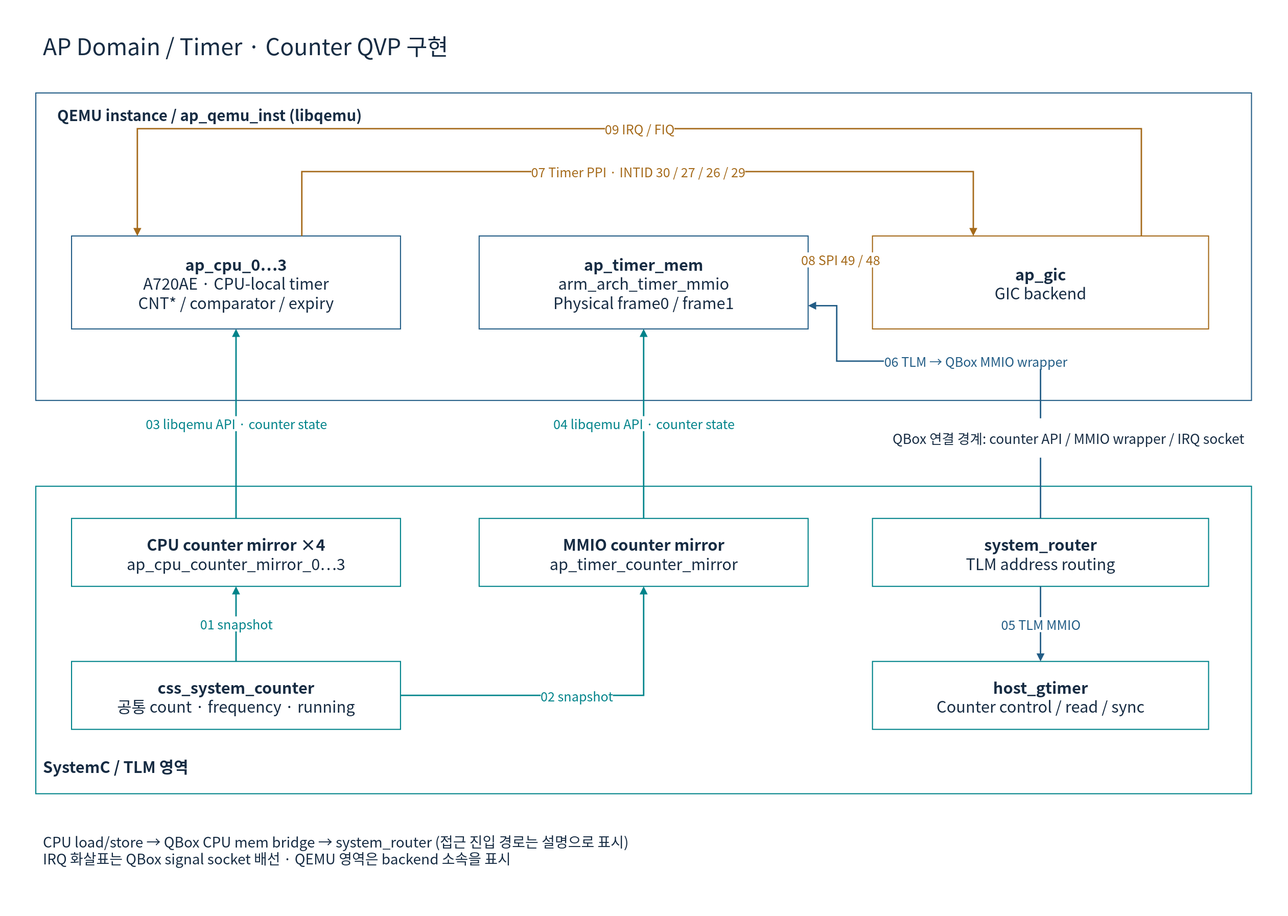
Before: doc/phase1/timer/diagrams/01d-ap-qvp.drawio.svg, a diagram exported from draw.io (cometzero/project-apollo). Source tidied: cells renumbered, new cells last; positions are measured from the earlier drawing's top-left corner, leaving out a move shared by most shapes.
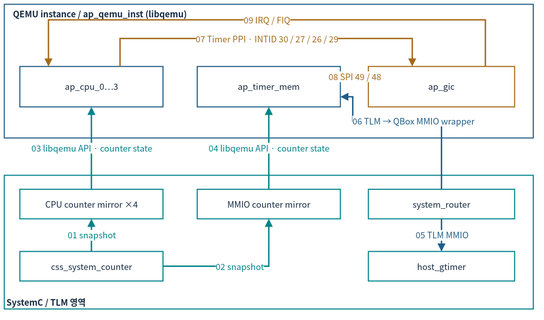
The same diagram one commit later.

The edit, as a diff of the source:
```diff
@@ -2,97 +2,85 @@
   <root>
     <mxCell id="0" />
     <mxCell id="1" parent="0" />
-    <mxCell id="2" style="rounded=0;whiteSpace=wrap;html=1;fillColor=#FFFFFF;strokeColor=none;strokeWidth=1.5;fontColor=#172C43;fontFamily=Noto Sans CJK KR;fontSize=22;spacing=10;" parent="1" vertex="1">
-      <mxGeometry width="1800" height="1280" as="geometry" />
-    </mxCell>
-    <mxCell id="3" value="AP Domain / Timer · Counter QVP 구현" style="rounded=0;whiteSpace=wrap;html=1;fillColor=#FFFFFF;strokeColor=none;strokeWidth=1.5;fontColor=#172C43;fontFamily=Noto Sans CJK KR;fontSize=22;spacing=10;fontSize=32;align=left;" parent="1" vertex="1">
-      <mxGeometry x="50" y="30" width="1700" height="65" as="geometry" />
-    </mxCell>
-    <mxCell id="4" value="SystemC / TLM 영역" style="rounded=0;whiteSpace=wrap;html=1;fillColor=#FFFFFF;strokeColor=#00838A;strokeWidth=1.5;fontColor=#172C43;fontFamily=Noto Sans CJK KR;fontSize=22;spacing=10;verticalAlign=bottom;align=left;fontStyle=1;spacingTop=16;spacingBottom=16;" parent="1" vertex="1">
-      <mxGeometry x="50" y="680" width="1700" height="430" as="geometry" />
+    <mxCell id="4" value="SystemC / TLM 영역" style="rounded=0;whiteSpace=wrap;html=1;fillColor=#FFFFFF;strokeColor=#00838A;strokeWidth=1.5;fontColor=#172C43;fontFamily=Noto Sans CJK KR;verticalAlign=bottom;align=left;fontStyle=1;fontSize=12;spacing=3;whiteSpace=wrap;" parent="1" vertex="1">
+      <mxGeometry x="12" y="288.4" width="740" height="187.2" as="geometry" />
     </mxCell>
-    <mxCell id="5" value="&lt;b&gt;css_system_counter&lt;/b&gt;&lt;br&gt;공통 count · frequency · running" style="rounded=0;whiteSpace=wrap;html=1;fillColor=#FFFFFF;strokeColor=#00838A;strokeWidth=1.5;fontColor=#172C43;fontFamily=Noto Sans CJK KR;fontSize=22;spacing=10;" parent="4" vertex="1">
-      <mxGeometry x="50" y="245" width="460" height="95" as="geometry" />
+    <mxCell id="5" value="css_system_counter" style="rounded=0;whiteSpace=wrap;html=1;fillColor=#FFFFFF;strokeColor=#00838A;strokeWidth=1.5;fontColor=#172C43;fontFamily=Noto Sans CJK KR;fontSize=12;spacing=3;whiteSpace=wrap;" parent="4" vertex="1">
+      <mxGeometry x="21.8" y="106.7" width="200.2" height="41.4" as="geometry" />
     </mxCell>
-    <mxCell id="6" value="&lt;b&gt;host_gtimer&lt;/b&gt;&lt;br&gt;Counter control / read / sync" style="rounded=0;whiteSpace=wrap;html=1;fillColor=#FFFFFF;strokeColor=#00838A;strokeWidth=1.5;fontColor=#172C43;fontFamily=Noto Sans CJK KR;fontSize=22;spacing=10;" parent="4" vertex="1">
-      <mxGeometry x="1170" y="245" width="470" height="95" as="geometry" />
+    <mxCell id="6" value="host_gtimer" style="rounded=0;whiteSpace=wrap;html=1;fillColor=#FFFFFF;strokeColor=#00838A;strokeWidth=1.5;fontColor=#172C43;fontFamily=Noto Sans CJK KR;fontSize=12;spacing=3;whiteSpace=wrap;" parent="4" vertex="1">
+      <mxGeometry x="509.3" y="106.7" width="204.6" height="41.4" as="geometry" />
     </mxCell>
-    <mxCell id="7" value="&lt;b&gt;CPU counter mirror ×4&lt;/b&gt;&lt;br&gt;ap_cpu_counter_mirror_0…3" style="rounded=0;whiteSpace=wrap;html=1;fillColor=#FFFFFF;strokeColor=#00838A;strokeWidth=1.5;fontColor=#172C43;fontFamily=Noto Sans CJK KR;fontSize=22;spacing=10;" parent="4" vertex="1">
-      <mxGeometry x="50" y="45" width="460" height="95" as="geometry" />
+    <mxCell id="7" value="CPU counter mirror ×4" style="rounded=0;whiteSpace=wrap;html=1;fillColor=#FFFFFF;strokeColor=#00838A;strokeWidth=1.5;fontColor=#172C43;fontFamily=Noto Sans CJK KR;fontSize=12;spacing=3;whiteSpace=wrap;" parent="4" vertex="1">
+      <mxGeometry x="21.8" y="19.6" width="200.2" height="41.4" as="geometry" />
     </mxCell>
-    <mxCell id="8" value="&lt;b&gt;MMIO counter mirror&lt;/b&gt;&lt;br&gt;ap_timer_counter_mirror" style="rounded=0;whiteSpace=wrap;html=1;fillColor=#FFFFFF;strokeColor=#00838A;strokeWidth=1.5;fontColor=#172C43;fontFamily=Noto Sans CJK KR;fontSize=22;spacing=10;" parent="4" vertex="1">
-      <mxGeometry x="620" y="45" width="460" height="95" as="geometry" />
+    <mxCell id="8" value="MMIO counter mirror" style="rounded=0;whiteSpace=wrap;html=1;fillColor=#FFFFFF;strokeColor=#00838A;strokeWidth=1.5;fontColor=#172C43;fontFamily=Noto Sans CJK KR;fontSize=12;spacing=3;whiteSpace=wrap;" parent="4" vertex="1">
+      <mxGeometry x="269.9" y="19.6" width="200.2" height="41.4" as="geometry" />
     </mxCell>
-    <mxCell id="9" value="&lt;b&gt;system_router&lt;/b&gt;&lt;br&gt;TLM address routing" style="rounded=0;whiteSpace=wrap;html=1;fillColor=#FFFFFF;strokeColor=#00838A;strokeWidth=1.5;fontColor=#172C43;fontFamily=Noto Sans CJK KR;fontSize=22;spacing=10;" parent="4" vertex="1">
-      <mxGeometry x="1170" y="45" width="470" height="95" as="geometry" />
+    <mxCell id="9" value="system_router" style="rounded=0;whiteSpace=wrap;html=1;fillColor=#FFFFFF;strokeColor=#00838A;strokeWidth=1.5;fontColor=#172C43;fontFamily=Noto Sans CJK KR;fontSize=12;spacing=3;whiteSpace=wrap;" parent="4" vertex="1">
+      <mxGeometry x="509.3" y="19.6" width="204.6" height="41.4" as="geometry" />
     </mxCell>
-    <mxCell id="10" style="rounded=0;whiteSpace=wrap;html=1;fillColor=#FFFFFF;strokeColor=#235D86;strokeWidth=1.5;fontColor=#172C43;fontFamily=Noto Sans CJK KR;fontSize=22;spacing=10;verticalAlign=top;align=left;fontStyle=1;spacingTop=16;" parent="1" vertex="1">
-      <mxGeometry x="50" y="130" width="1700" height="430" as="geometry" />
+    <mxCell id="10" style="rounded=0;whiteSpace=wrap;html=1;fillColor=#FFFFFF;strokeColor=#235D86;strokeWidth=1.5;fontColor=#172C43;fontFamily=Noto Sans CJK KR;verticalAlign=top;align=left;fontStyle=1;fontSize=12;spacing=3;whiteSpace=wrap;" parent="1" vertex="1">
+      <mxGeometry x="12" y="49" width="740" height="187.2" as="geometry" />
     </mxCell>
-    <mxCell id="11" value="&lt;b&gt;ap_cpu_0…3&lt;/b&gt;&lt;br&gt;A720AE · CPU-local timer&lt;br&gt;CNT* / comparator / expiry" style="rounded=0;whiteSpace=wrap;html=1;fillColor=#FFFFFF;strokeColor=#235D86;strokeWidth=1.5;fontColor=#172C43;fontFamily=Noto Sans CJK KR;fontSize=22;spacing=10;" parent="10" vertex="1">
-      <mxGeometry x="50" y="200" width="460" height="130" as="geometry" />
+    <mxCell id="11" value="ap_cpu_0…3" style="rounded=0;whiteSpace=wrap;html=1;fillColor=#FFFFFF;strokeColor=#235D86;strokeWidth=1.5;fontColor=#172C43;fontFamily=Noto Sans CJK KR;fontSize=12;spacing=3;whiteSpace=wrap;" parent="10" vertex="1">
+      <mxGeometry x="21.8" y="87.1" width="200.2" height="56.6" as="geometry" />
     </mxCell>
-    <mxCell id="12" value="&lt;b&gt;ap_timer_mem&lt;/b&gt;&lt;br&gt;arm_arch_timer_mmio&lt;br&gt;Physical frame0 / frame1" style="rounded=0;whiteSpace=wrap;html=1;fillColor=#FFFFFF;strokeColor=#235D86;strokeWidth=1.5;fontColor=#172C43;fontFamily=Noto Sans CJK KR;fontSize=22;spacing=10;" parent="10" vertex="1">
-      <mxGeometry x="620" y="200" width="460" height="130" as="geometry" />
+    <mxCell id="12" value="ap_timer_mem" style="rounded=0;whiteSpace=wrap;html=1;fillColor=#FFFFFF;strokeColor=#235D86;strokeWidth=1.5;fontColor=#172C43;fontFamily=Noto Sans CJK KR;fontSize=12;spacing=3;whiteSpace=wrap;" parent="10" vertex="1">
+      <mxGeometry x="269.9" y="87.1" width="200.2" height="56.6" as="geometry" />
     </mxCell>
-    <mxCell id="13" value="&lt;b&gt;ap_gic&lt;/b&gt;&lt;br&gt;GIC backend" style="rounded=0;whiteSpace=wrap;html=1;fillColor=#FFFFFF;strokeColor=#A56A1A;strokeWidth=1.5;fontColor=#172C43;fontFamily=Noto Sans CJK KR;fontSize=22;spacing=10;" parent="10" vertex="1">
-      <mxGeometry x="1170" y="200" width="470" height="130" as="geometry" />
+    <mxCell id="13" value="ap_gic" style="rounded=0;whiteSpace=wrap;html=1;fillColor=#FFFFFF;strokeColor=#A56A1A;strokeWidth=1.5;fontColor=#172C43;fontFamily=Noto Sans CJK KR;fontSize=12;spacing=3;whiteSpace=wrap;" parent="10" vertex="1">
+      <mxGeometry x="509.3" y="87.1" width="204.6" height="56.6" as="geometry" />
     </mxCell>
-    <mxCell id="14" value="QEMU instance / ap_qemu_inst (libqemu)" style="rounded=0;whiteSpace=wrap;html=1;fillColor=#FFFFFF;strokeColor=none;strokeWidth=1.5;fontColor=#172C43;fontFamily=Noto Sans CJK KR;fontSize=22;spacing=10;fontSize=21;fontStyle=1;align=left;" parent="1" vertex="1">
-      <mxGeometry x="70" y="140" width="610" height="40" as="geometry" />
+    <mxCell id="14" value="QEMU instance / ap_qemu_inst (libqemu)" style="rounded=0;whiteSpace=wrap;html=1;fillColor=#FFFFFF;strokeColor=none;strokeWidth=1.5;fontColor=#172C43;fontFamily=Noto Sans CJK KR;fontStyle=1;align=left;fontSize=12;spacing=3;whiteSpace=wrap;" parent="1" vertex="1">
+      <mxGeometry x="20.7" y="53.4" width="265.5" height="17.4" as="geometry" />
     </mxCell>
-    <mxCell id="15" value="01  snapshot" style="edgeStyle=orthogonalEdgeStyle;rounded=0;html=1;endArrow=block;endFill=1;strokeWidth=2;fontFamily=Noto Sans CJK KR;fontSize=18;labelBackgroundColor=#FFFFFF;strokeColor=#00838A;fontColor=#00838A;exitX=0.5;exitY=0.0;entryX=0.5;entryY=1.0;" parent="1" edge="1" source="5" target="7">
+    <mxCell id="15" value="01  snapshot" style="edgeStyle=orthogonalEdgeStyle;rounded=0;html=1;endArrow=block;endFill=1;strokeWidth=2;fontFamily=Noto Sans CJK KR;labelBackgroundColor=#FFFFFF;strokeColor=#00838A;fontColor=#00838A;exitX=0.5;exitY=0.0;entryX=0.5;entryY=1.0;fontSize=12;spacing=3;whiteSpace=nowrap;" parent="1" edge="1" source="5" target="7">
       <mxGeometry relative="1" as="geometry" />
     </mxCell>
-    <mxCell id="16" value="02  snapshot" style="edgeStyle=orthogonalEdgeStyle;rounded=0;html=1;endArrow=block;endFill=1;strokeWidth=2;fontFamily=Noto Sans CJK KR;fontSize=18;labelBackgroundColor=#FFFFFF;strokeColor=#00838A;fontColor=#00838A;exitX=1;exitY=0.5;entryX=0.5;entryY=1.0;" parent="1" edge="1" source="5" target="8">
+    <mxCell id="16" value="02  snapshot" style="edgeStyle=orthogonalEdgeStyle;rounded=0;html=1;endArrow=block;endFill=1;strokeWidth=2;fontFamily=Noto Sans CJK KR;labelBackgroundColor=#FFFFFF;strokeColor=#00838A;fontColor=#00838A;exitX=1;exitY=0.5;entryX=0.5;entryY=1.0;fontSize=12;spacing=3;whiteSpace=nowrap;" parent="1" edge="1" source="5" target="8">
       <mxGeometry relative="1" as="geometry">
         <Array as="points">
-          <mxPoint x="900" y="973" />
+          <mxPoint x="382" y="415.9" />
         </Array>
       </mxGeometry>
     </mxCell>
-    <mxCell id="17" value="03  libqemu API · counter state" style="edgeStyle=orthogonalEdgeStyle;rounded=0;html=1;endArrow=block;endFill=1;strokeWidth=2;fontFamily=Noto Sans CJK KR;fontSize=18;labelBackgroundColor=#FFFFFF;strokeColor=#00838A;fontColor=#00838A;exitX=0.5;exitY=0.0;entryX=0.5;entryY=1.0;" parent="1" edge="1" source="7" target="11">
+    <mxCell id="17" value="03  libqemu API · counter state" style="edgeStyle=orthogonalEdgeStyle;rounded=0;html=1;endArrow=block;endFill=1;strokeWidth=2;fontFamily=Noto Sans CJK KR;labelBackgroundColor=#FFFFFF;strokeColor=#00838A;fontColor=#00838A;exitX=0.5;exitY=0.0;entryX=0.5;entryY=1.0;fontSize=12;spacing=3;whiteSpace=nowrap;" parent="1" edge="1" source="7" target="11">
       <mxGeometry relative="1" as="geometry" />
     </mxCell>
-    <mxCell id="18" value="04  libqemu API · counter state" style="edgeStyle=orthogonalEdgeStyle;rounded=0;html=1;endArrow=block;endFill=1;strokeWidth=2;fontFamily=Noto Sans CJK KR;fontSize=18;labelBackgroundColor=#FFFFFF;strokeColor=#00838A;fontColor=#00838A;exitX=0.5;exitY=0.0;entryX=0.5;entryY=1.0;" parent="1" edge="1" source="8" target="12">
+    <mxCell id="18" value="04  libqemu API · counter state" style="edgeStyle=orthogonalEdgeStyle;rounded=0;html=1;endArrow=block;endFill=1;strokeWidth=2;fontFamily=Noto Sans CJK KR;labelBackgroundColor=#FFFFFF;strokeColor=#00838A;fontColor=#00838A;exitX=0.5;exitY=0.0;entryX=0.5;entryY=1.0;fontSize=12;spacing=3;whiteSpace=nowrap;" parent="1" edge="1" source="8" target="12">
       <mxGeometry relative="1" as="geometry" />
     </mxCell>
-    <mxCell id="19" value="05  TLM MMIO" style="edgeStyle=orthogonalEdgeStyle;rounded=0;html=1;endArrow=block;endFill=1;strokeWidth=2;fontFamily=Noto Sans CJK KR;fontSize=18;labelBackgroundColor=#FFFFFF;strokeColor=#235D86;fontColor=#235D86;exitX=0.5;exitY=1.0;entryX=0.5;entryY=0.0;" parent="1" edge="1" source="9" target="6">
+    <mxCell id="19" value="05  TLM MMIO" style="edgeStyle=orthogonalEdgeStyle;rounded=0;html=1;endArrow=block;endFill=1;strokeWidth=2;fontFamily=Noto Sans CJK KR;labelBackgroundColor=#FFFFFF;strokeColor=#235D86;fontColor=#235D86;exitX=0.5;exitY=1.0;entryX=0.5;entryY=0.0;fontSize=12;spacing=3;whiteSpace=nowrap;" parent="1" edge="1" source="9" target="6">
       <mxGeometry relative="1" as="geometry" />
     </mxCell>
-    <mxCell id="20" value="06  TLM → QBox MMIO wrapper" style="edgeStyle=orthogonalEdgeStyle;rounded=0;html=1;endArrow=block;endFill=1;strokeWidth=2;fontFamily=Noto Sans CJK KR;fontSize=18;labelBackgroundColor=#FFFFFF;strokeColor=#235D86;fontColor=#235D86;exitX=0.5;exitY=0.0;entryX=1;entryY=0.75;" parent="1" edge="1" source="9" target="12">
+    <mxCell id="20" value="06  TLM → QBox MMIO wrapper" style="edgeStyle=orthogonalEdgeStyle;rounded=0;html=1;endArrow=block;endFill=1;strokeWidth=2;fontFamily=Noto Sans CJK KR;labelBackgroundColor=#FFFFFF;strokeColor=#235D86;fontColor=#235D86;exitX=0.5;exitY=0.0;entryX=1;entryY=0.75;fontSize=12;spacing=3;whiteSpace=nowrap;" parent="1" edge="1" source="9" target="12">
       <mxGeometry relative="1" as="geometry">
         <Array as="points">
-          <mxPoint x="1455" y="505" />
-          <mxPoint x="1170" y="505" />
-          <mxPoint x="1170" y="428" />
+          <mxPoint x="623.6" y="212.2" />
+          <mxPoint x="499.5" y="212.2" />
+          <mxPoint x="499.5" y="178.7" />
         </Array>
       </mxGeometry>
     </mxCell>
-    <mxCell id="21" value="07  Timer PPI · INTID 30 / 27 / 26 / 29" style="edgeStyle=orthogonalEdgeStyle;rounded=0;html=1;endArrow=block;endFill=1;strokeWidth=2;fontFamily=Noto Sans CJK KR;fontSize=18;labelBackgroundColor=#FFFFFF;strokeColor=#A56A1A;fontColor=#A56A1A;exitX=0.7;exitY=0.0;entryX=0.3;entryY=0.0;" parent="1" edge="1" source="11" target="13">
+    <mxCell id="21" value="07  Timer PPI · INTID 30 / 27 / 26 / 29" style="edgeStyle=orthogonalEdgeStyle;rounded=0;html=1;endArrow=block;endFill=1;strokeWidth=2;fontFamily=Noto Sans CJK KR;labelBackgroundColor=#FFFFFF;strokeColor=#A56A1A;fontColor=#A56A1A;exitX=0.7;exitY=0.0;entryX=0.3;entryY=0.0;fontSize=12;spacing=3;whiteSpace=nowrap;" parent="1" edge="1" source="11" target="13">
       <mxGeometry relative="1" as="geometry">
         <Array as="points">
-          <mxPoint x="422" y="240" />
-          <mxPoint x="1361" y="240" />
+          <mxPoint x="173.9" y="96.9" />
+          <mxPoint x="582.7" y="96.9" />
         </Array>
       </mxGeometry>
     </mxCell>
-    <mxCell id="22" value="08  SPI 49 / 48" style="edgeStyle=orthogonalEdgeStyle;rounded=0;html=1;endArrow=block;endFill=1;strokeWidth=2;fontFamily=Noto Sans CJK KR;fontSize=18;labelBackgroundColor=#FFFFFF;strokeColor=#A56A1A;fontColor=#A56A1A;exitX=1;exitY=0.25;entryX=0;entryY=0.25;" parent="1" edge="1" source="12" target="13">
+    <mxCell id="22" value="08  SPI 49 / 48" style="edgeStyle=orthogonalEdgeStyle;rounded=0;html=1;endArrow=block;endFill=1;strokeWidth=2;fontFamily=Noto Sans CJK KR;labelBackgroundColor=#FFFFFF;strokeColor=#A56A1A;fontColor=#A56A1A;exitX=1;exitY=0.25;entryX=0;entryY=0.25;fontSize=12;spacing=3;whiteSpace=nowrap;" parent="1" edge="1" source="12" target="13">
       <mxGeometry relative="1" as="geometry" />
     </mxCell>
-    <mxCell id="23" value="09  IRQ / FIQ" style="edgeStyle=orthogonalEdgeStyle;rounded=0;html=1;endArrow=block;endFill=1;strokeWidth=2;fontFamily=Noto Sans CJK KR;fontSize=18;labelBackgroundColor=#FFFFFF;strokeColor=#A56A1A;fontColor=#A56A1A;exitX=0.8;exitY=0.0;entryX=0.2;entryY=0.0;" parent="1" edge="1" source="13" target="11">
+    <mxCell id="23" value="09  IRQ / FIQ" style="edgeStyle=orthogonalEdgeStyle;rounded=0;html=1;endArrow=block;endFill=1;strokeWidth=2;fontFamily=Noto Sans CJK KR;labelBackgroundColor=#FFFFFF;strokeColor=#A56A1A;fontColor=#A56A1A;exitX=0.8;exitY=0.0;entryX=0.2;entryY=0.0;fontSize=12;spacing=3;whiteSpace=nowrap;" parent="1" edge="1" source="13" target="11">
       <mxGeometry relative="1" as="geometry">
         <Array as="points">
-          <mxPoint x="1596" y="180" />
-          <mxPoint x="192" y="180" />
+          <mxPoint x="685" y="70.8" />
+          <mxPoint x="73.8" y="70.8" />
         </Array>
       </mxGeometry>
     </mxCell>
-    <mxCell id="24" value="QBox 연결 경계: counter API / MMIO wrapper / IRQ socket" style="rounded=0;whiteSpace=wrap;html=1;fillColor=#FFFFFF;strokeColor=none;strokeWidth=1.5;fontColor=#172C43;fontFamily=Noto Sans CJK KR;fontSize=22;spacing=10;fontSize=19;align=right;" parent="1" vertex="1">
-      <mxGeometry x="1070" y="585" width="680" height="55" as="geometry" />
-    </mxCell>
-    <mxCell id="25" value="CPU load/store → QBox CPU mem bridge → system_router (접근 진입 경로는 설명으로 표시)&lt;br&gt;IRQ 화살표는 QBox signal socket 배선 · QEMU 영역은 backend 소속을 표시" style="rounded=0;whiteSpace=wrap;html=1;fillColor=#FFFFFF;strokeColor=none;strokeWidth=1.5;fontColor=#172C43;fontFamily=Noto Sans CJK KR;fontSize=22;spacing=10;fontSize=20;align=left;" parent="1" vertex="1">
-      <mxGeometry x="50" y="1140" width="1700" height="95" as="geometry" />
-    </mxCell>
   </root>
 </mxGraphModel>
```
